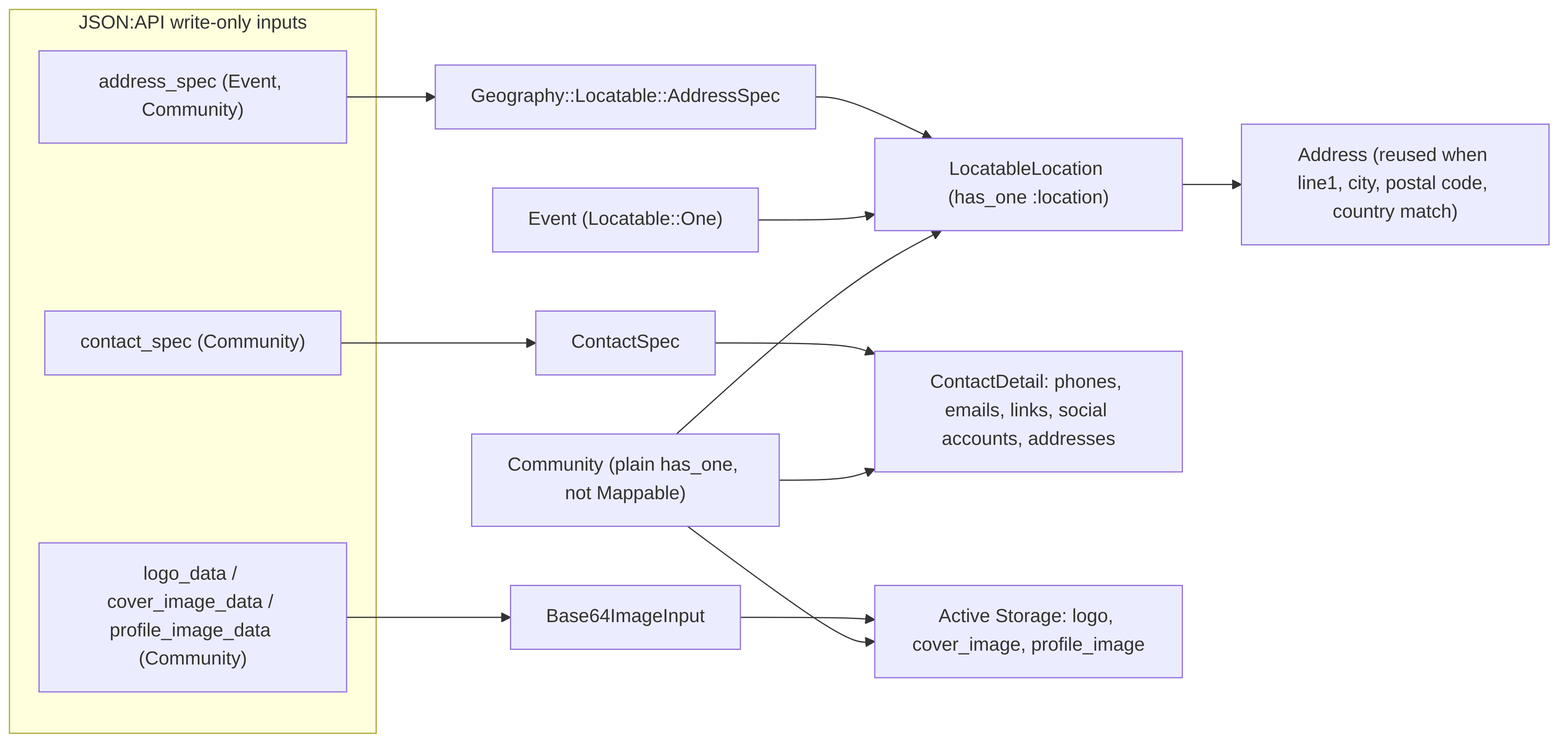
This is docs/diagrams/exports/png/api_publisher_inputs_locations_flow.png from better-together-org/community-engine-rails, a Mermaid export, as it was before one commit. Its source is kept beside it as docs/diagrams/source/api_publisher_inputs_locations_flow.mmd.
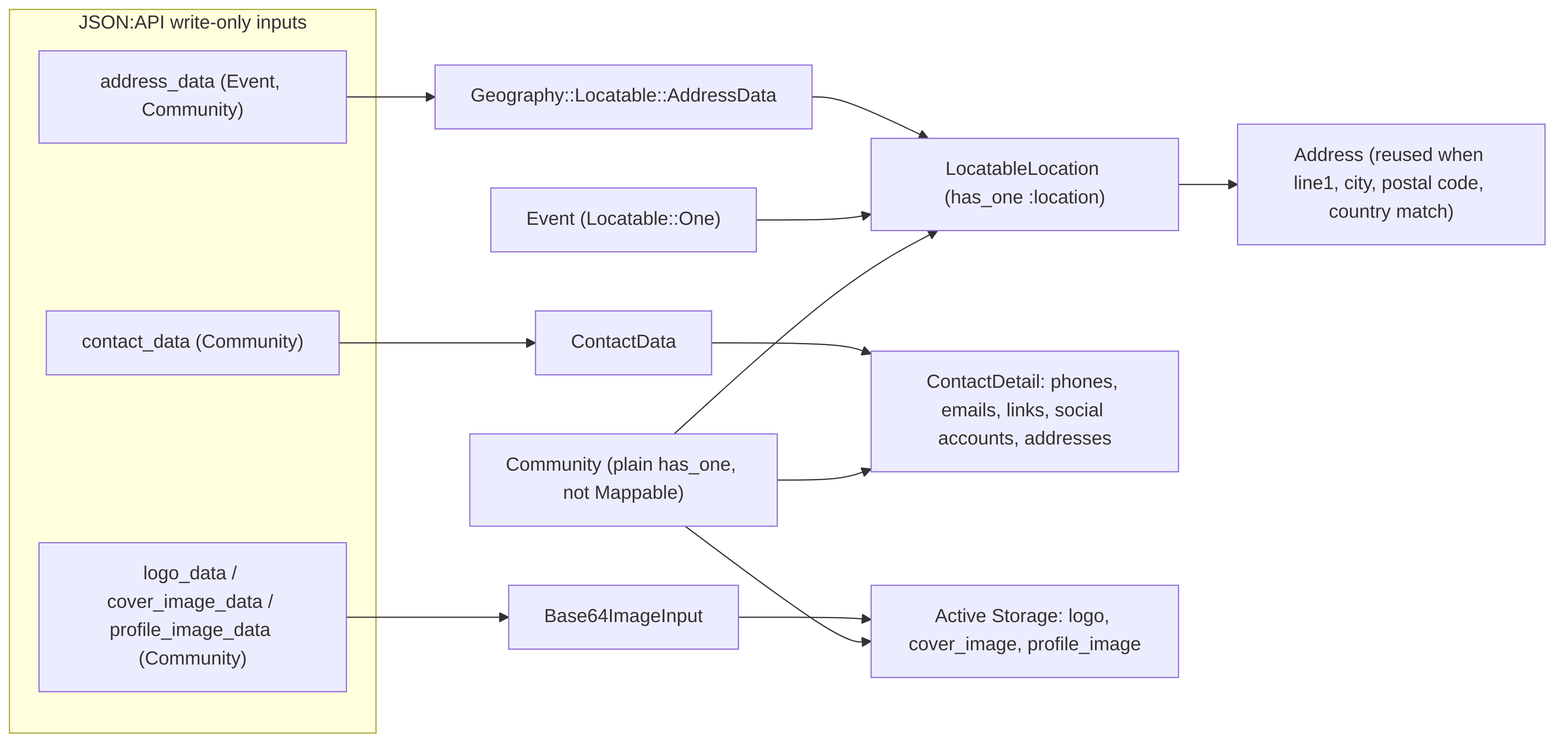
The same file after the commit.

Change to the diagram source:
```diff
@@ -1,13 +1,13 @@
 flowchart LR
   subgraph API["JSON:API write-only inputs"]
-    A1["address_spec (Event, Community)"]
-    A2["contact_spec (Community)"]
+    A1["address_data (Event, Community)"]
+    A2["contact_data (Community)"]
     A3["logo_data / cover_image_data / profile_image_data (Community)"]
   end
-  A1 --> AS["Geography::Locatable::AddressSpec"]
+  A1 --> AS["Geography::Locatable::AddressData"]
   AS --> LL["LocatableLocation (has_one :location)"]
   LL --> AD["Address (reused when line1, city, postal code, country match)"]
-  A2 --> CS["ContactSpec"]
+  A2 --> CS["ContactData"]
   CS --> CD["ContactDetail: phones, emails, links, social accounts, addresses"]
   A3 --> BI["Base64ImageInput"]
   BI --> AT["Active Storage: logo, cover_image, profile_image"]
```
